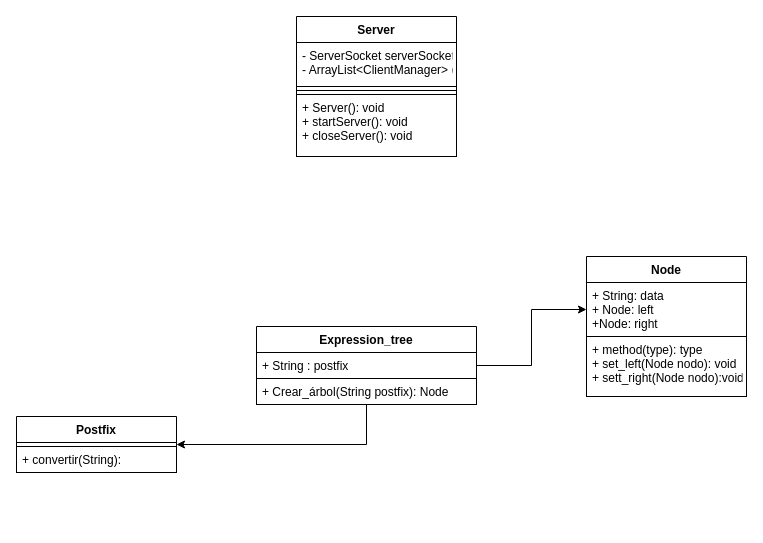
Before: Untitled Diagram.drawio in Dcastroe10/Segundo-Proyecto-Datos-I, a draw.io diagram. Source tidied: cells renumbered, new cells numbered last; positions are measured from the earlier drawing's top-left corner, leaving out a move shared by most shapes. Both pictures are drawn from the tidied source at 100%, with x=0, y=0 at pixel (16, 16).
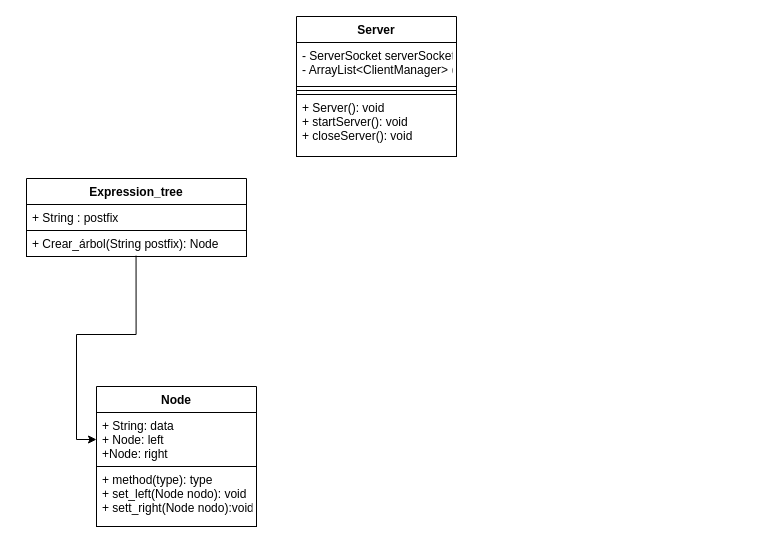
The same page after the edit.

What changed in the source:
```diff
@@
 <mxGraphModel>
   <root>
     <mxCell id="0" />
     <mxCell id="1" parent="0" />
     <mxCell id="2" value="Server" style="swimlane;fontStyle=1;align=center;verticalAlign=top;horizontal=1;startSize=26;fillColor=default;strokeColor=default;fontColor=default;" parent="1" vertex="1">
       <mxGeometry x="280" width="160" height="140" as="geometry" />
     </mxCell>
     <mxCell id="3" value="- ServerSocket serverSocket&#10;- ArrayList&lt;ClientManager&gt; clientsList&#10;&#10;&#10;&#10;&#10;&#10;&#10;" style="text;strokeColor=default;fillColor=default;align=left;verticalAlign=top;spacingLeft=4;spacingRight=4;overflow=hidden;fontColor=default;" parent="2" vertex="1">
       <mxGeometry y="26" width="160" height="44" as="geometry" />
     </mxCell>
     <mxCell id="4" style="line;strokeWidth=1;fillColor=default;align=left;verticalAlign=middle;spacingTop=-1;spacingLeft=3;spacingRight=3;labelPosition=right;strokeColor=default;fontColor=default;" parent="2" vertex="1">
       <mxGeometry y="70" width="160" height="8" as="geometry" />
     </mxCell>
     <mxCell id="5" value="+ Server(): void&#10;+ startServer(): void&#10;+ closeServer(): void" style="text;strokeColor=default;fillColor=default;align=left;verticalAlign=top;spacingLeft=4;spacingRight=4;overflow=hidden;fontColor=default;" parent="2" vertex="1">
       <mxGeometry y="78" width="160" height="62" as="geometry" />
     </mxCell>
     <mxCell id="6" value="Expression_tree" style="swimlane;fontStyle=1;align=center;verticalAlign=top;horizontal=1;startSize=26;fontColor=default;strokeColor=default;fillColor=default;" parent="1" vertex="1">
-      <mxGeometry x="240" y="310" width="220" height="78" as="geometry" />
+      <mxGeometry x="10" y="162" width="220" height="78" as="geometry" />
     </mxCell>
     <mxCell id="7" value="+ String : postfix  &#10;" style="text;strokeColor=default;fillColor=default;align=left;verticalAlign=top;spacingLeft=4;spacingRight=4;overflow=hidden;points=[[0,0.5],[1,0.5]];portConstraint=eastwest;fontColor=default;" parent="6" vertex="1">
       <mxGeometry y="26" width="220" height="26" as="geometry" />
     </mxCell>
     <mxCell id="8" value="+ Crear_árbol(String postfix): Node" style="text;strokeColor=default;fillColor=default;align=left;verticalAlign=top;spacingLeft=4;spacingRight=4;overflow=hidden;points=[[0,0.5],[1,0.5]];portConstraint=eastwest;fontColor=default;" parent="6" vertex="1">
       <mxGeometry y="52" width="220" height="26" as="geometry" />
     </mxCell>
-    <mxCell id="9" value="Postfix" style="swimlane;fontStyle=1;align=center;verticalAlign=top;horizontal=1;startSize=26;fontColor=default;strokeColor=default;fillColor=default;" parent="1" vertex="1">
-      <mxGeometry y="400" width="160" height="56" as="geometry" />
-    </mxCell>
-    <mxCell id="10" style="text;strokeColor=default;fillColor=default;align=left;verticalAlign=top;spacingLeft=4;spacingRight=4;overflow=hidden;fontColor=default;" parent="9" vertex="1">
-      <mxGeometry y="26" width="160" height="4" as="geometry" />
-    </mxCell>
-    <mxCell id="11" value="+ convertir(String):" style="text;strokeColor=default;fillColor=default;align=left;verticalAlign=top;spacingLeft=4;spacingRight=4;overflow=hidden;fontColor=default;" parent="9" vertex="1">
-      <mxGeometry y="30" width="160" height="26" as="geometry" />
-    </mxCell>
     <mxCell id="12" value="Node" style="swimlane;fontStyle=1;align=center;verticalAlign=top;horizontal=1;startSize=26;labelBackgroundColor=default;fontColor=default;strokeColor=default;fillColor=default;" parent="1" vertex="1">
-      <mxGeometry x="570" y="240" width="160" height="140" as="geometry" />
+      <mxGeometry x="80" y="370" width="160" height="140" as="geometry" />
     </mxCell>
     <mxCell id="13" value="+ String: data&#10;+ Node: left&#10;+Node: right" style="text;strokeColor=default;fillColor=default;align=left;verticalAlign=top;spacingLeft=4;spacingRight=4;overflow=hidden;points=[[0,0.5],[1,0.5]];portConstraint=eastwest;labelBackgroundColor=default;fontColor=default;" parent="12" vertex="1">
       <mxGeometry y="26" width="160" height="54" as="geometry" />
     </mxCell>
     <mxCell id="14" value="+ method(type): type&#10;+ set_left(Node nodo): void&#10;+ sett_right(Node nodo):void" style="text;strokeColor=default;fillColor=default;align=left;verticalAlign=top;spacingLeft=4;spacingRight=4;overflow=hidden;labelBackgroundColor=default;fontColor=default;" parent="12" vertex="1">
       <mxGeometry y="80" width="160" height="60" as="geometry" />
     </mxCell>
-    <mxCell id="15" style="edgeStyle=orthogonalEdgeStyle;rounded=0;jettySize=auto;html=1;fontColor=default;" parent="1" edge="1" source="7" target="13">
+    <mxCell id="15" style="edgeStyle=orthogonalEdgeStyle;rounded=0;jettySize=auto;html=1;fontColor=default;exitX=0.498;exitY=0.966;exitDx=0;exitDy=0;exitPerimeter=0;" parent="1" edge="1" source="8" target="13">
       <mxGeometry relative="1" as="geometry" />
     </mxCell>
-    <mxCell id="16" style="edgeStyle=orthogonalEdgeStyle;rounded=0;jettySize=auto;html=1;entryX=1;entryY=0.5;entryDx=0;entryDy=0;fontColor=default;exitX=0.5;exitY=1;exitDx=0;exitDy=0;strokeColor=default;labelBackgroundColor=default;" parent="1" edge="1" source="6" target="9">
-      <mxGeometry relative="1" as="geometry" />
-    </mxCell>
   </root>
 </mxGraphModel>
```
